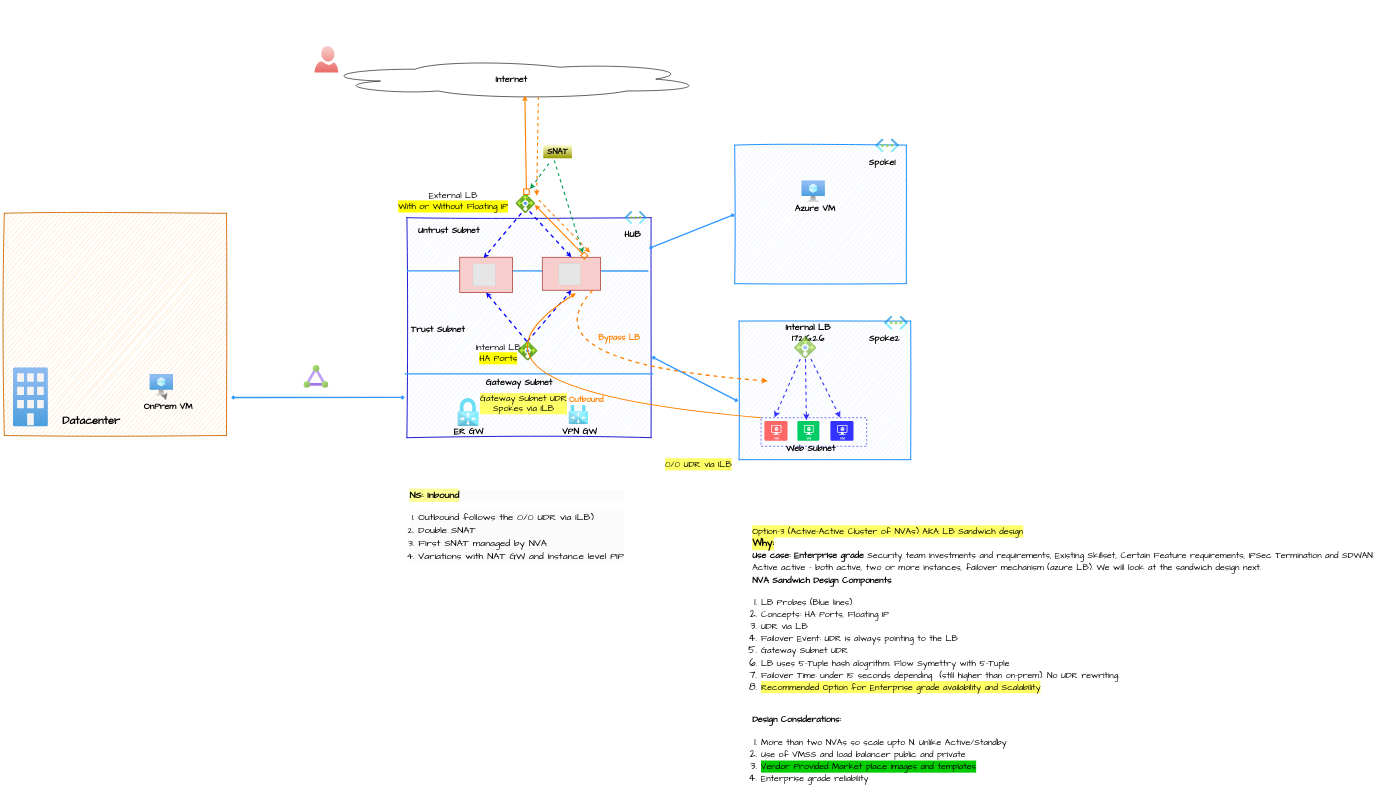
Earlier version of the draw.io diagram page "NVA-HA" (1 of 3) of diagrams/NVA-ha.drawio (nehalineogi/azure-networking). Source tidied: cells renumbered, new cells numbered last; positions are measured from the earlier drawing's top-left corner, leaving out a move shared by most shapes. Both pictures are drawn from the tidied source at 22%, with x=0, y=0 at pixel (4, 46). Pictures stored in the file or linked from it are replaced by grey dashed boxes.
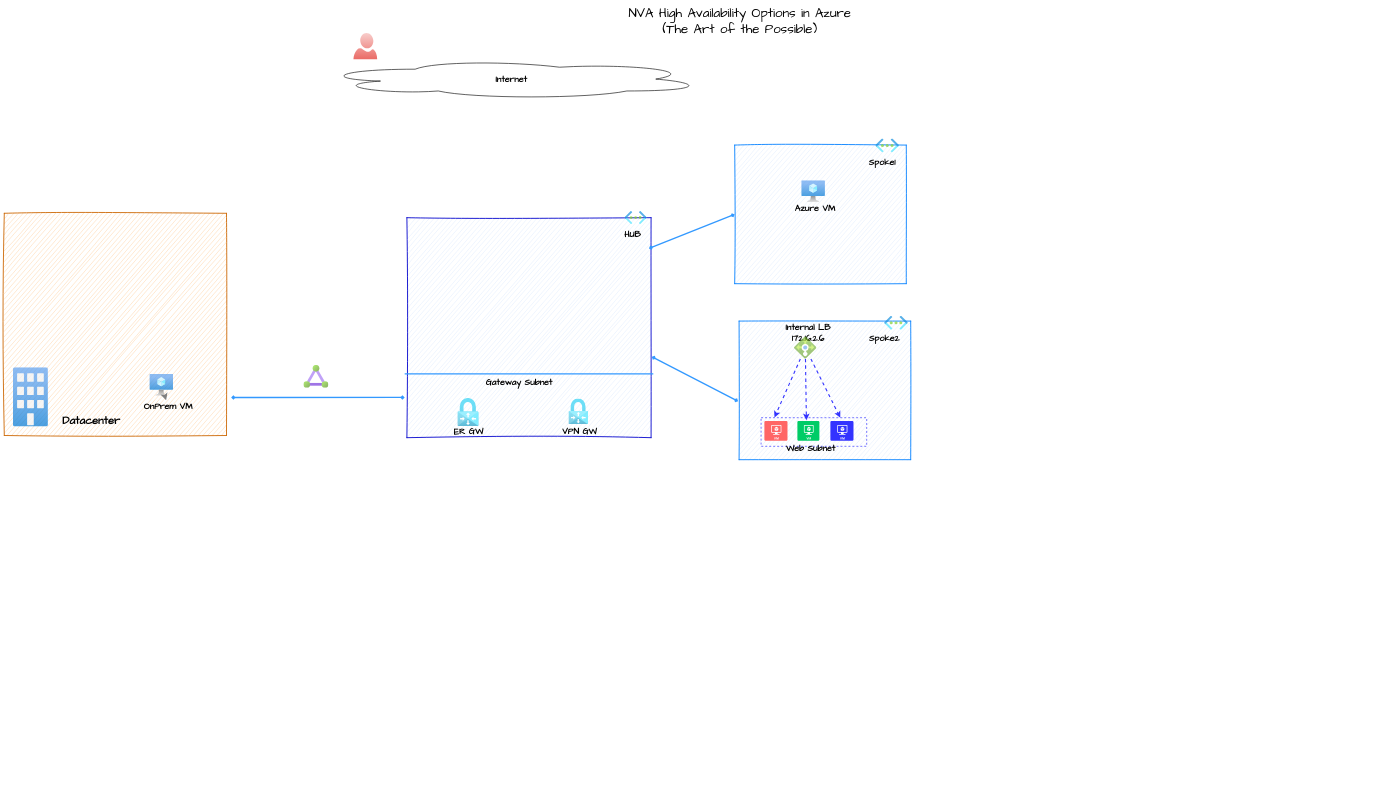
After the change.

The change refers to these unchanged cells:
```xml
<mxCell id="5" style="rounded=0;whiteSpace=wrap;html=1;fillColor=#dae8fc;strokeColor=#007FFF;strokeWidth=4;fontFamily=Comic Sans MS;sketch=1;curveFitting=1;jiggle=2;disableMultiStrokeFill=1;disableMultiStroke=1;labelBackgroundColor=none;labelBorderColor=#000000;fillStyle=auto;fontSize=40;fontColor=#FF8000;" parent="2" vertex="1">
  <mxGeometry x="3340" y="1250" width="780" height="630" as="geometry" />
</mxCell>
<mxCell id="16" value="&lt;font style=&quot;font-size: 40px;&quot;&gt;&lt;b style=&quot;font-size: 40px;&quot;&gt;Internet&lt;/b&gt;&lt;/font&gt;" style="ellipse;shape=cloud;whiteSpace=wrap;html=1;rounded=0;glass=0;labelBackgroundColor=default;sketch=0;fillStyle=auto;strokeColor=#000000;strokeWidth=4;fontFamily=Comic Sans MS;fontSize=40;fontColor=#000000;fillColor=none;gradientColor=none;opacity=70;labelBorderColor=none;" parent="2" vertex="1">
  <mxGeometry x="1430" y="60" width="1750" height="180" as="geometry" />
</mxCell>
<mxCell id="27" style="rounded=0;whiteSpace=wrap;html=1;strokeColor=#3333FF;fontSize=40;fontColor=#000000;fillColor=none;dashed=1;strokeWidth=3;" parent="2" vertex="1">
  <mxGeometry x="3440" y="1689.2" width="480" height="130" as="geometry" />
</mxCell>
```

Diff of the diagram source:
```diff
@@
     <mxCell id="40" style="verticalLabelPosition=bottom;html=1;verticalAlign=top;align=center;strokeColor=none;fillColor=#f8cecc;shape=mxgraph.azure.user;labelBackgroundColor=#FFFF66;labelBorderColor=none;fillWeight=-1;hachureGap=-1;hachureAngle=-41;jiggle=2;disableMultiStroke=1;disableMultiStrokeFill=1;strokeWidth=5;fontFamily=Comic Sans MS;fontSize=40;gradientColor=#ea6b66;" parent="2" vertex="1">
-      <mxGeometry x="1410" width="108" height="120" as="geometry" />
+      <mxGeometry x="1587" y="-60" width="108" height="120" as="geometry" />
     </mxCell>
@@
-    <mxCell id="42" parent="0" />
-    <mxCell id="43" style="edgeStyle=none;sketch=0;jumpStyle=none;jumpSize=2;orthogonalLoop=1;jettySize=auto;html=1;entryX=1.007;entryY=0.19;entryDx=0;entryDy=0;shadow=0;strokeColor=#3399FF;strokeWidth=6;fontFamily=Comic Sans MS;fontSize=40;fontColor=#000000;startArrow=none;startFill=0;endArrow=none;endFill=0;rounded=0;entryPerimeter=0;" parent="42" edge="1">
-      <mxGeometry relative="1" as="geometry">
-        <mxPoint x="1830" y="1022" as="sourcePoint" />
-        <mxPoint x="2927.6" y="1022.3" as="targetPoint" />
-      </mxGeometry>
-    </mxCell>
-    <mxCell id="44" style="whiteSpace=wrap;html=1;labelBackgroundColor=none;labelBorderColor=none;fillStyle=auto;strokeColor=#b85450;strokeWidth=4;fontFamily=Comic Sans MS;fontSize=40;fillColor=#f8cecc;" parent="42" vertex="1">
-      <mxGeometry x="2445.8" y="960.2" width="264.2" height="149.8" as="geometry" />
-    </mxCell>
-    <mxCell id="45" style="html=1;points=[];align=center;image;fontSize=40;image=img/lib/azure2/networking/Load_Balancers.svg;rounded=0;shadow=0;labelBackgroundColor=none;labelBorderColor=none;sketch=1;fillWeight=-1;hachureGap=-1;hachureAngle=-41;jiggle=2;disableMultiStroke=1;disableMultiStrokeFill=1;fillStyle=auto;curveFitting=1;sketchStyle=rough;strokeColor=#6c8ebf;strokeWidth=3;fontFamily=Comic Sans MS;fontColor=rgb(0, 0, 0);fillColor=#A9C4EB;" parent="42" vertex="1">
-      <mxGeometry x="2334" y="1340" width="90" height="90" as="geometry" />
-    </mxCell>
-    <mxCell id="46" style="fillColor=#E6E6E6;strokeColor=#999999;dashed=1;verticalLabelPosition=bottom;labelBackgroundColor=default;verticalAlign=top;fontSize=40;" parent="42" vertex="1">
-      <mxGeometry x="2520" y="988" width="100" height="98.3" as="geometry" />
-    </mxCell>
-    <mxCell id="47" style="rounded=0;jettySize=auto;html=1;exitX=0.456;exitY=0.021;exitDx=0;exitDy=0;strokeColor=#0000FF;strokeWidth=6;fontFamily=Comic Sans MS;fontSize=40;fontColor=#0000FF;endArrow=classic;endFill=1;dashed=1;exitPerimeter=0;entryX=0.5;entryY=1;entryDx=0;entryDy=0;" parent="42" edge="1" source="45" target="52">
-      <mxGeometry relative="1" as="geometry" />
-    </mxCell>
-    <mxCell id="48" style="rounded=0;jettySize=auto;html=1;exitX=0.489;exitY=0.021;exitDx=0;exitDy=0;strokeColor=#0000FF;strokeWidth=6;fontFamily=Comic Sans MS;fontSize=40;fontColor=#0000FF;endArrow=classic;endFill=1;dashed=1;exitPerimeter=0;entryX=0.5;entryY=1;entryDx=0;entryDy=0;" parent="42" edge="1" source="45" target="44">
-      <mxGeometry relative="1" as="geometry" />
-    </mxCell>
-    <mxCell id="49" value="&lt;span style=&quot;font-size: 40px;&quot;&gt;Internal LB&lt;br style=&quot;font-size: 40px;&quot;&gt;&lt;span style=&quot;background-color: rgb(255, 255, 0); font-size: 40px;&quot;&gt;HA Ports&lt;/span&gt;&lt;br style=&quot;font-size: 40px;&quot;&gt;&lt;/span&gt;" style="text;html=1;align=center;verticalAlign=middle;strokeColor=none;fillColor=none;fontSize=40;fontFamily=Comic Sans MS;fontColor=#000000;labelBackgroundColor=none;labelBorderColor=none;fillStyle=auto;strokeWidth=9;" parent="42" vertex="1">
-      <mxGeometry x="2125" y="1340" width="240" height="110" as="geometry" />
-    </mxCell>
-    <mxCell id="50" value="&lt;b style=&quot;font-size: 40px;&quot;&gt;Trust Subnet&lt;/b&gt;" style="text;html=1;align=center;verticalAlign=middle;strokeColor=none;fillColor=none;fontSize=40;fontFamily=Comic Sans MS;fontColor=#000000;labelBackgroundColor=none;labelBorderColor=none;fillStyle=auto;strokeWidth=9;" parent="42" vertex="1">
-      <mxGeometry x="1830" y="1260" width="280" height="60" as="geometry" />
-    </mxCell>
-    <mxCell id="51" value="&lt;span style=&quot;font-size: 40px;&quot;&gt;Untrust Subnet&lt;/span&gt;" style="text;html=1;align=center;verticalAlign=middle;strokeColor=none;fillColor=none;fontSize=40;fontFamily=Comic Sans MS;fontColor=#000000;labelBackgroundColor=none;labelBorderColor=none;fillStyle=auto;strokeWidth=9;fontStyle=1;" parent="42" vertex="1">
-      <mxGeometry x="1860" y="810" width="320" height="60" as="geometry" />
-    </mxCell>
-    <mxCell id="52" style="whiteSpace=wrap;html=1;labelBackgroundColor=none;labelBorderColor=none;fillStyle=auto;strokeColor=#b85450;strokeWidth=4;fontFamily=Comic Sans MS;fontSize=40;fillColor=#f8cecc;" parent="42" vertex="1">
-      <mxGeometry x="2070" y="960" width="240" height="160" as="geometry" />
-    </mxCell>
-    <mxCell id="53" style="fillColor=#E6E6E6;strokeColor=#999999;dashed=1;verticalLabelPosition=bottom;labelBackgroundColor=default;verticalAlign=top;fontSize=40;" parent="42" vertex="1">
-      <mxGeometry x="2130" y="990" width="102.7" height="101" as="geometry" />
-    </mxCell>
-    <mxCell id="54" style="text;html=1;align=center;verticalAlign=middle;strokeColor=none;fillColor=none;fontFamily=Comic Sans MS;" parent="42" vertex="1">
-      <mxGeometry x="2415" y="2038.5" width="20" height="30" as="geometry" />
-    </mxCell>
-    <mxCell id="55" value="&lt;font style=&quot;font-size: 40px;&quot;&gt;&lt;font style=&quot;background-color: rgb(255, 255, 102);&quot; color=&quot;#000000&quot;&gt;0/0 UDR via ILB&lt;br&gt;&lt;/font&gt;&lt;br&gt;&lt;/font&gt;" style="text;html=1;align=center;verticalAlign=middle;strokeColor=none;fillColor=none;fontFamily=Comic Sans MS;fontColor=#FF8000;" parent="42" vertex="1">
-      <mxGeometry x="2990" y="1870" width="330" height="110" as="geometry" />
-    </mxCell>
-    <mxCell id="56" style="rounded=0;jettySize=auto;html=1;exitX=0.705;exitY=0.901;exitDx=0;exitDy=0;strokeColor=#0000FF;strokeWidth=6;fontFamily=Comic Sans MS;fontSize=40;fontColor=#0000FF;endArrow=classic;endFill=1;entryX=0.5;entryY=0;entryDx=0;entryDy=0;dashed=1;exitPerimeter=0;" parent="42" edge="1" source="58" target="44">
-      <mxGeometry relative="1" as="geometry" />
-    </mxCell>
-    <mxCell id="57" style="rounded=0;jettySize=auto;html=1;exitX=0.75;exitY=0;exitDx=0;exitDy=0;strokeColor=#0000FF;strokeWidth=6;fontFamily=Comic Sans MS;fontSize=40;fontColor=#0000FF;endArrow=classic;endFill=1;entryX=0.455;entryY=0.02;entryDx=0;entryDy=0;dashed=1;entryPerimeter=0;" parent="42" edge="1" target="52">
-      <mxGeometry relative="1" as="geometry">
-        <mxPoint x="2350" y="760" as="sourcePoint" />
-      </mxGeometry>
-    </mxCell>
-    <mxCell id="58" style="html=1;points=[];align=center;image;fontSize=40;image=img/lib/azure2/networking/Load_Balancers.svg;rounded=0;shadow=0;labelBackgroundColor=none;labelBorderColor=none;sketch=1;fillWeight=-1;hachureGap=-1;hachureAngle=-41;jiggle=2;disableMultiStroke=1;disableMultiStrokeFill=1;fillStyle=auto;curveFitting=1;sketchStyle=rough;strokeColor=#6c8ebf;strokeWidth=3;fontFamily=Comic Sans MS;fontColor=rgb(0, 0, 0);fillColor=#A9C4EB;" parent="42" vertex="1">
-      <mxGeometry x="2324" y="670" width="90" height="90" as="geometry" />
-    </mxCell>
-    <mxCell id="59" value="&lt;span style=&quot;font-size: 40px;&quot;&gt;External LB&lt;br style=&quot;font-size: 40px;&quot;&gt;&lt;span style=&quot;background-color: rgb(255, 255, 0); font-size: 40px;&quot;&gt;With or Without Floating IP&lt;/span&gt;&lt;br style=&quot;font-size: 40px;&quot;&gt;&lt;/span&gt;" style="text;html=1;align=center;verticalAlign=middle;strokeColor=none;fillColor=none;fontSize=40;fontFamily=Comic Sans MS;fontColor=#000000;labelBackgroundColor=none;labelBorderColor=none;fillStyle=auto;strokeWidth=9;" parent="42" vertex="1">
-      <mxGeometry x="1765" y="650" width="550" height="110" as="geometry" />
-    </mxCell>
-    <mxCell id="60" style="text;html=1;align=center;verticalAlign=middle;strokeColor=none;fillColor=none;fontSize=40;fontFamily=Comic Sans MS;fontColor=#000000;" parent="42" vertex="1">
-      <mxGeometry x="3010" y="2040" width="20" height="60" as="geometry" />
-    </mxCell>
-    <mxCell id="61" value="&lt;span style=&quot;color: rgba(0, 0, 0, 0); font-family: monospace; font-size: 0px; text-align: start;&quot;&gt;Gatew&lt;/span&gt;" style="text;html=1;align=center;verticalAlign=middle;strokeColor=none;fillColor=none;fontSize=40;fontFamily=Comic Sans MS;fontColor=#000000;" parent="42" vertex="1">
-      <mxGeometry x="3710" y="2000" width="20" height="60" as="geometry" />
-    </mxCell>
-    <mxCell id="62" value="Gateway Subnet UDR&lt;br&gt;Spokes via ILB" style="text;html=1;align=center;verticalAlign=middle;strokeColor=none;fillColor=none;fontSize=40;fontFamily=Comic Sans MS;fontColor=#000000;labelBackgroundColor=#FFFF66;" parent="42" vertex="1">
-      <mxGeometry x="2150" y="1570" width="420" height="110" as="geometry" />
-    </mxCell>
-    <mxCell id="63" value="&lt;div style=&quot;text-align: left;&quot;&gt;&lt;div style=&quot;font-size: 46px;&quot;&gt;&lt;span style=&quot;font-size: 40px;&quot;&gt;&lt;br&gt;&lt;/span&gt;&lt;/div&gt;&lt;div style=&quot;font-size: 46px;&quot;&gt;&lt;span style=&quot;font-size: 40px;&quot;&gt;&lt;br&gt;&lt;/span&gt;&lt;/div&gt;&lt;div style=&quot;font-size: 46px;&quot;&gt;&lt;span style=&quot;font-size: 40px; background-color: rgb(255, 255, 102);&quot;&gt;Option-3 (Active-Active Cluster of NVAs) AKA LB Sandwich design&lt;/span&gt;&lt;/div&gt;&lt;div style=&quot;font-size: 46px;&quot;&gt;&lt;span style=&quot;background-color: rgb(255, 255, 102);&quot;&gt;&lt;b&gt;Why:&lt;/b&gt;&lt;/span&gt;&lt;/div&gt;&lt;div style=&quot;font-size: 46px;&quot;&gt;&lt;span style=&quot;font-size: 40px;&quot;&gt;&lt;b&gt;Use case: Enterprise grade&amp;nbsp;&lt;/b&gt;Security team investments and requirements, Existing Skillset, Certain Feature requirements, IPSec Termination and SDWAN&lt;/span&gt;&lt;/div&gt;&lt;div style=&quot;font-size: 46px;&quot;&gt;&lt;span style=&quot;font-size: 40px;&quot;&gt;Active active - both active, two or more instances, failover mechanism (azure LB). We will look at the sandwich design next.&lt;/span&gt;&lt;/div&gt;&lt;div style=&quot;font-size: 46px;&quot;&gt;&lt;span style=&quot;font-size: 40px;&quot;&gt;&lt;b&gt;NVA Sandwich Design Components&lt;/b&gt;&lt;/span&gt;&lt;/div&gt;&lt;div style=&quot;&quot;&gt;&lt;ol style=&quot;font-size: 46px;&quot;&gt;&lt;li&gt;&lt;span style=&quot;font-size: 40px;&quot;&gt;LB Probes (Blue lines)&lt;/span&gt;&lt;/li&gt;&lt;li&gt;&lt;span style=&quot;font-size: 40px;&quot;&gt;Concepts: HA Ports, Floating IP&lt;/span&gt;&lt;/li&gt;&lt;li&gt;&lt;span style=&quot;font-size: 40px;&quot;&gt;UDR via LB&lt;/span&gt;&lt;/li&gt;&lt;li&gt;&lt;span style=&quot;font-size: 40px;&quot;&gt;Failover Event: UDR is always pointing to the LB&lt;/span&gt;&lt;/li&gt;&lt;li&gt;&lt;span style=&quot;font-size: 40px;&quot;&gt;Gateway Subnet UDR&lt;/span&gt;&lt;/li&gt;&lt;li&gt;&lt;span style=&quot;font-size: 40px;&quot;&gt;LB uses 5-Tuple hash alogrithm. Flow Symettry with 5-Tuple&lt;/span&gt;&lt;/li&gt;&lt;li&gt;&lt;span style=&quot;font-size: 40px;&quot;&gt;Failover Time: under 15 seconds depending&amp;nbsp; (still higher than on-prem). No UDR rewriting.&lt;/span&gt;&lt;/li&gt;&lt;li&gt;&lt;span style=&quot;font-size: 40px; background-color: rgb(255, 255, 102);&quot;&gt;Recommended Option for Enterprise grade availability and Scalability&lt;/span&gt;&lt;/li&gt;&lt;/ol&gt;&lt;div style=&quot;&quot;&gt;&lt;span style=&quot;font-size: 40px;&quot;&gt;&lt;br&gt;&lt;/span&gt;&lt;/div&gt;&lt;div style=&quot;&quot;&gt;&lt;div style=&quot;border-color: var(--border-color); font-size: 46px;&quot;&gt;&lt;span style=&quot;border-color: var(--border-color); font-size: 40px;&quot;&gt;&lt;b style=&quot;border-color: var(--border-color);&quot;&gt;Design Considerations:&lt;/b&gt;&lt;/span&gt;&lt;/div&gt;&lt;div style=&quot;border-color: var(--border-color); font-size: 46px;&quot;&gt;&lt;ol style=&quot;border-color: var(--border-color);&quot;&gt;&lt;li style=&quot;border-color: var(--border-color);&quot;&gt;&lt;span style=&quot;border-color: var(--border-color); font-size: 40px;&quot;&gt;More than two NVAs so scale upto N. Unlike Active/Standby&lt;/span&gt;&lt;/li&gt;&lt;li style=&quot;border-color: var(--border-color);&quot;&gt;&lt;span style=&quot;border-color: var(--border-color); font-size: 40px;&quot;&gt;Use of VMSS and load balancer public and private&lt;/span&gt;&lt;/li&gt;&lt;li style=&quot;border-color: var(--border-color);&quot;&gt;&lt;span style=&quot;border-color: var(--border-color); font-size: 40px; background-color: rgb(0, 204, 0);&quot;&gt;Vendor Provided Market place images and templates&lt;/span&gt;&lt;/li&gt;&lt;li style=&quot;border-color: var(--border-color);&quot;&gt;&lt;span style=&quot;border-color: var(--border-color); font-size: 40px;&quot;&gt;Enterprise grade reliability&lt;/span&gt;&lt;/li&gt;&lt;/ol&gt;&lt;/div&gt;&lt;/div&gt;&lt;/div&gt;&lt;/div&gt;" style="text;html=1;align=center;verticalAlign=middle;strokeColor=none;fillColor=none;fontFamily=Comic Sans MS;" parent="42" vertex="1">
-      <mxGeometry x="3340" y="2025" width="2940" height="1420" as="geometry" />
-    </mxCell>
-    <mxCell id="64" parent="0" />
-    <mxCell id="65" style="jettySize=auto;html=1;entryX=0.576;entryY=1.092;entryDx=0;entryDy=0;entryPerimeter=0;strokeColor=#FF8000;strokeWidth=5;fontFamily=Comic Sans MS;fontSize=37;fontColor=#00CC00;startArrow=none;startFill=0;endArrow=classic;endFill=1;endSize=10;sourcePerimeterSpacing=12;targetPerimeterSpacing=24;curved=1;exitX=0;exitY=0;exitDx=0;exitDy=0;flowAnimation=1;" parent="64" edge="1" source="27" target="44">
-      <mxGeometry relative="1" as="geometry">
-        <Array as="points">
-          <mxPoint x="1910" y="1560" />
-        </Array>
-      </mxGeometry>
-    </mxCell>
-    <mxCell id="66" value="Outbound" style="edgeLabel;html=1;align=center;verticalAlign=middle;fontSize=37;fontFamily=Comic Sans MS;fontColor=#FF8000;fontStyle=1;" parent="65" vertex="1">
-      <mxGeometry x="-0.32" y="-14" relative="1" as="geometry">
-        <mxPoint x="-1" as="offset" />
-      </mxGeometry>
-    </mxCell>
-    <mxCell id="67" style="edgeStyle=none;curved=1;jettySize=auto;html=1;exitX=0.75;exitY=0;exitDx=0;exitDy=0;entryX=0.968;entryY=0.571;entryDx=0;entryDy=0;entryPerimeter=0;strokeColor=#FF8000;strokeWidth=5;fontFamily=Comic Sans MS;fontSize=37;fontColor=#00CC00;startArrow=box;startFill=0;endArrow=classic;endFill=1;endSize=10;sourcePerimeterSpacing=20;targetPerimeterSpacing=24;startSize=16;flowAnimation=1;" parent="64" edge="1" source="44" target="58">
-      <mxGeometry relative="1" as="geometry" />
-    </mxCell>
-    <mxCell id="68" style="edgeStyle=none;curved=1;jettySize=auto;html=1;exitX=0.551;exitY=0.046;exitDx=0;exitDy=0;strokeColor=#FF8000;strokeWidth=5;fontFamily=Comic Sans MS;fontSize=37;fontColor=#00CC00;startArrow=box;startFill=0;endArrow=classic;endFill=1;endSize=10;sourcePerimeterSpacing=12;targetPerimeterSpacing=24;exitPerimeter=0;startSize=19;flowAnimation=1;entryX=0.535;entryY=0.914;entryDx=0;entryDy=0;entryPerimeter=0;" parent="64" edge="1" source="58" target="16">
-      <mxGeometry relative="1" as="geometry" />
-    </mxCell>
-    <mxCell id="69" style="edgeStyle=none;curved=1;jettySize=auto;html=1;strokeColor=#FF8000;strokeWidth=5;fontFamily=Comic Sans MS;fontSize=37;fontColor=#00CC00;startArrow=none;startFill=0;endArrow=classic;endFill=1;endSize=10;sourcePerimeterSpacing=24;targetPerimeterSpacing=12;dashed=1;exitX=0.57;exitY=0.951;exitDx=0;exitDy=0;exitPerimeter=0;" parent="64" edge="1" source="16">
-      <mxGeometry relative="1" as="geometry">
-        <mxPoint x="2420" y="680" as="targetPoint" />
-      </mxGeometry>
-    </mxCell>
-    <mxCell id="70" style="edgeStyle=none;curved=1;orthogonalLoop=1;jettySize=auto;html=1;exitX=0.75;exitY=0;exitDx=0;exitDy=0;entryX=0.968;entryY=0.571;entryDx=0;entryDy=0;entryPerimeter=0;strokeColor=#FF8000;strokeWidth=5;fontFamily=Comic Sans MS;fontSize=37;fontColor=#00CC00;startArrow=none;startFill=0;endArrow=classic;endFill=1;endSize=10;sourcePerimeterSpacing=24;targetPerimeterSpacing=12;dashed=1;" parent="64" edge="1">
-      <mxGeometry relative="1" as="geometry">
-        <mxPoint x="2430" y="700" as="sourcePoint" />
-        <mxPoint x="2662.8" y="938.8" as="targetPoint" />
-      </mxGeometry>
-    </mxCell>
-    <mxCell id="71" style="edgeStyle=none;curved=1;jettySize=auto;html=1;strokeColor=#FF8000;strokeWidth=6;fontFamily=Comic Sans MS;fontSize=37;fontColor=#00CC00;startArrow=none;startFill=0;endArrow=classic;endFill=1;endSize=10;sourcePerimeterSpacing=24;targetPerimeterSpacing=12;dashed=1;entryX=0.167;entryY=0.432;entryDx=0;entryDy=0;entryPerimeter=0;" parent="64" edge="1" target="5">
-      <mxGeometry relative="1" as="geometry">
-        <mxPoint x="2675" y="1110" as="sourcePoint" />
-        <Array as="points">
-          <mxPoint x="2360" y="1440" />
-        </Array>
-      </mxGeometry>
-    </mxCell>
-    <mxCell id="72" value="Bypass LB" style="edgeLabel;html=1;align=center;verticalAlign=middle;fontSize=37;fontFamily=Comic Sans MS;fontColor=#FF8000;labelBackgroundColor=none;fontStyle=1;" parent="71" vertex="1">
-      <mxGeometry x="0.01" y="101" relative="1" as="geometry">
-        <mxPoint x="91" y="-39" as="offset" />
-      </mxGeometry>
-    </mxCell>
-    <mxCell id="73" value="&lt;b style=&quot;font-size: 37px;&quot;&gt;SNAT&lt;/b&gt;" style="text;html=1;align=center;verticalAlign=middle;points=[];strokeColor=none;fillColor=#FFFFCC;fontSize=37;fontFamily=Comic Sans MS;fontColor=#000000;shadow=0;gradientColor=#999900;comic=0;fillStyle=solid;" parent="64" vertex="1">
-      <mxGeometry x="2450" y="450" width="130" height="60" as="geometry" />
-    </mxCell>
-    <mxCell id="74" style="edgeStyle=none;curved=1;jettySize=auto;html=1;dashed=1;strokeColor=#00994D;strokeWidth=5;fontFamily=Comic Sans MS;fontSize=30;fontColor=#000000;startArrow=none;startFill=0;endArrow=classic;endFill=1;endSize=10;sourcePerimeterSpacing=24;targetPerimeterSpacing=12;flowAnimation=1;" parent="64" edge="1" source="73">
-      <mxGeometry relative="1" as="geometry">
-        <mxPoint x="2390" y="650" as="targetPoint" />
-      </mxGeometry>
-    </mxCell>
-    <mxCell id="75" style="edgeStyle=none;curved=1;orthogonalLoop=1;jettySize=auto;html=1;dashed=1;strokeColor=#00994D;strokeWidth=5;fontFamily=Comic Sans MS;fontSize=30;fontColor=#000000;startArrow=none;startFill=0;endArrow=classic;endFill=1;endSize=10;sourcePerimeterSpacing=24;targetPerimeterSpacing=12;flowAnimation=1;" parent="64" edge="1">
-      <mxGeometry relative="1" as="geometry">
-        <mxPoint x="2500" y="520" as="sourcePoint" />
-        <mxPoint x="2630" y="940" as="targetPoint" />
-      </mxGeometry>
-    </mxCell>
-    <mxCell id="76" value="&lt;div style=&quot;border-color: var(--border-color); color: rgb(0, 0, 0); font-family: &amp;quot;Comic Sans MS&amp;quot;; font-size: 44px; font-style: normal; font-variant-ligatures: normal; font-variant-caps: normal; font-weight: 400; letter-spacing: normal; orphans: 2; text-align: left; text-indent: 0px; text-transform: none; widows: 2; word-spacing: 0px; -webkit-text-stroke-width: 0px; text-decoration-thickness: initial; text-decoration-style: initial; text-decoration-color: initial; background-color: rgb(251, 251, 251);&quot;&gt;&lt;b style=&quot;border-color: var(--border-color); background-color: rgb(255, 255, 153);&quot;&gt;NS: Inbound&lt;/b&gt;&lt;/div&gt;&lt;div style=&quot;border-color: var(--border-color); color: rgb(0, 0, 0); font-family: &amp;quot;Comic Sans MS&amp;quot;; font-size: 44px; font-style: normal; font-variant-ligatures: normal; font-variant-caps: normal; font-weight: 400; letter-spacing: normal; orphans: 2; text-align: left; text-indent: 0px; text-transform: none; widows: 2; word-spacing: 0px; -webkit-text-stroke-width: 0px; text-decoration-thickness: initial; text-decoration-style: initial; text-decoration-color: initial; background-color: rgb(251, 251, 251);&quot;&gt;&lt;ol style=&quot;border-color: var(--border-color);&quot;&gt;&lt;li style=&quot;padding: 3px 0px; border-color: var(--border-color);&quot;&gt;&lt;span style=&quot;border-color: var(--border-color); background-color: initial;&quot;&gt;Outbound follows the 0/0 UDR via ILB)&lt;/span&gt;&lt;/li&gt;&lt;li style=&quot;padding: 3px 0px; border-color: var(--border-color);&quot;&gt;Double SNAT&lt;/li&gt;&lt;li style=&quot;padding: 3px 0px; border-color: var(--border-color);&quot;&gt;First SNAT managed by NVA&lt;/li&gt;&lt;li style=&quot;padding: 3px 0px; border-color: var(--border-color);&quot;&gt;Variations with NAT GW and Instance level PIP&lt;/li&gt;&lt;/ol&gt;&lt;/div&gt;" style="text;whiteSpace=wrap;html=1;fontSize=44;fontFamily=Comic Sans MS;fontColor=#000000;" parent="64" vertex="1">
-      <mxGeometry x="1840" y="2010" width="1230" height="360" as="geometry" />
-    </mxCell>
+    <mxCell id="78" value="&lt;font style=&quot;font-size: 60px;&quot;&gt;&lt;span style=&quot;font-weight: normal;&quot;&gt;NVA High Availability Options in Azure&lt;br&gt;(The Art of the Possible)&lt;/span&gt;&lt;br&gt;&lt;/font&gt;" style="text;strokeColor=none;fillColor=none;html=1;fontSize=50;fontStyle=1;verticalAlign=middle;align=center;rounded=0;shadow=0;labelBackgroundColor=none;labelBorderColor=none;sketch=1;fillWeight=-1;hachureGap=-1;hachureAngle=-41;jiggle=2;disableMultiStroke=1;disableMultiStrokeFill=1;fillStyle=auto;curveFitting=1;sketchStyle=rough;strokeWidth=3;fontFamily=Comic Sans MS;fontColor=#000000;" parent="2" vertex="1">
+      <mxGeometry x="3180" y="-180" width="325" height="130" as="geometry" />
+    </mxCell>
+    <mxCell id="79" parent="0" />
```
